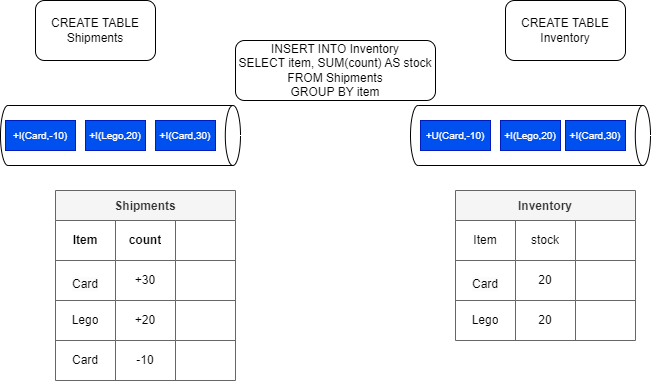
Above: docs/diagrams/sql-table-stream.drawio.png in jbcodeforce/flink-studies (draw.io), before the change. Source tidied: cells renumbered, new cells last; positions are measured from the earlier drawing's top-left corner, leaving out a move shared by most shapes. Its diagram source:
```xml
<mxGraphModel>
  <root>
    <mxCell id="0" />
    <mxCell id="1" parent="0" />
    <mxCell id="2" value="CREATE TABLE Shipments" style="rounded=1;whiteSpace=wrap;html=1;" parent="1" vertex="1">
      <mxGeometry x="30" width="120" height="60" as="geometry" />
    </mxCell>
    <mxCell id="3" style="shape=cylinder3;whiteSpace=wrap;html=1;boundedLbl=1;backgroundOutline=1;size=7.600006103515625;rotation=90;" parent="1" vertex="1">
      <mxGeometry x="85" y="15" width="60" height="240" as="geometry" />
    </mxCell>
    <mxCell id="4" value="+I(Card,30)" style="rounded=0;whiteSpace=wrap;html=1;fillColor=#0050ef;fontColor=#ffffff;strokeColor=#001DBC;fontSize=10;" parent="1" vertex="1">
      <mxGeometry x="150" y="120" width="60" height="30" as="geometry" />
    </mxCell>
    <mxCell id="5" value="Shipments" style="shape=table;startSize=30;fontStyle=1;align=center;fillColor=#f5f5f5;strokeColor=#666666;fontColor=#333333;" parent="1" vertex="1">
      <mxGeometry x="50" y="190" width="180" height="190" as="geometry" />
    </mxCell>
    <mxCell id="6" style="shape=tableRow;horizontal=0;startSize=0;swimlaneHead=0;swimlaneBody=0;top=0;left=0;bottom=0;right=0;fillColor=none;" parent="5" vertex="1">
      <mxGeometry y="30" width="180" height="40" as="geometry" />
    </mxCell>
    <mxCell id="7" style="shape=partialRectangle;html=1;whiteSpace=wrap;fillColor=none;top=0;left=0;bottom=0;right=0;overflow=hidden;" parent="6" vertex="1">
      <mxGeometry width="60" height="40" as="geometry" />
    </mxCell>
    <mxCell id="8" style="shape=partialRectangle;html=1;whiteSpace=wrap;fillColor=none;top=0;left=0;bottom=0;right=0;overflow=hidden;" parent="6" vertex="1">
      <mxGeometry x="60" width="60" height="40" as="geometry" />
    </mxCell>
    <mxCell id="9" style="shape=partialRectangle;html=1;whiteSpace=wrap;fillColor=none;top=0;left=0;bottom=0;right=0;overflow=hidden;" parent="6" vertex="1">
      <mxGeometry x="120" width="60" height="40" as="geometry" />
    </mxCell>
    <mxCell id="10" style="shape=tableRow;horizontal=0;startSize=0;swimlaneHead=0;swimlaneBody=0;top=0;left=0;bottom=0;right=0;fillColor=none;" parent="5" vertex="1">
      <mxGeometry y="70" width="180" height="40" as="geometry" />
    </mxCell>
    <mxCell id="11" value="&#10;&lt;span style=&quot;color: rgb(0, 0, 0); font-family: Helvetica; font-size: 12px; font-style: normal; font-variant-ligatures: normal; font-variant-caps: normal; font-weight: 400; letter-spacing: normal; orphans: 2; text-align: center; text-indent: 0px; text-transform: none; widows: 2; word-spacing: 0px; -webkit-text-stroke-width: 0px; background-color: rgb(251, 251, 251); text-decoration-thickness: initial; text-decoration-style: initial; text-decoration-color: initial; float: none; display: inline !important;&quot;&gt;Card&lt;/span&gt;&#10;&#10;" style="shape=partialRectangle;html=1;whiteSpace=wrap;fillColor=none;top=0;left=0;bottom=0;right=0;overflow=hidden;" parent="10" vertex="1">
      <mxGeometry width="60" height="40" as="geometry" />
    </mxCell>
    <mxCell id="12" value="+30" style="shape=partialRectangle;html=1;whiteSpace=wrap;fillColor=none;top=0;left=0;bottom=0;right=0;overflow=hidden;" parent="10" vertex="1">
      <mxGeometry x="60" width="60" height="40" as="geometry" />
    </mxCell>
    <mxCell id="13" style="shape=partialRectangle;html=1;whiteSpace=wrap;fillColor=none;top=0;left=0;bottom=0;right=0;overflow=hidden;" parent="10" vertex="1">
      <mxGeometry x="120" width="60" height="40" as="geometry" />
    </mxCell>
    <mxCell id="14" style="shape=tableRow;horizontal=0;startSize=0;swimlaneHead=0;swimlaneBody=0;top=0;left=0;bottom=0;right=0;fillColor=none;" parent="5" vertex="1">
      <mxGeometry y="110" width="180" height="40" as="geometry" />
    </mxCell>
    <mxCell id="15" value="Lego" style="shape=partialRectangle;html=1;whiteSpace=wrap;fillColor=none;top=0;left=0;bottom=0;right=0;overflow=hidden;" parent="14" vertex="1">
      <mxGeometry width="60" height="40" as="geometry" />
    </mxCell>
    <mxCell id="16" value="+20" style="shape=partialRectangle;html=1;whiteSpace=wrap;fillColor=none;top=0;left=0;bottom=0;right=0;overflow=hidden;" parent="14" vertex="1">
      <mxGeometry x="60" width="60" height="40" as="geometry" />
    </mxCell>
    <mxCell id="17" style="shape=partialRectangle;html=1;whiteSpace=wrap;fillColor=none;top=0;left=0;bottom=0;right=0;overflow=hidden;" parent="14" vertex="1">
      <mxGeometry x="120" width="60" height="40" as="geometry" />
    </mxCell>
    <mxCell id="18" style="shape=tableRow;horizontal=0;startSize=0;swimlaneHead=0;swimlaneBody=0;top=0;left=0;bottom=0;right=0;fillColor=none;" parent="5" vertex="1">
      <mxGeometry y="150" width="180" height="40" as="geometry" />
    </mxCell>
    <mxCell id="19" value="Card" style="shape=partialRectangle;html=1;whiteSpace=wrap;fillColor=none;top=0;left=0;bottom=0;right=0;overflow=hidden;" parent="18" vertex="1">
      <mxGeometry width="60" height="40" as="geometry" />
    </mxCell>
    <mxCell id="20" value="-10" style="shape=partialRectangle;html=1;whiteSpace=wrap;fillColor=none;top=0;left=0;bottom=0;right=0;overflow=hidden;" parent="18" vertex="1">
      <mxGeometry x="60" width="60" height="40" as="geometry" />
    </mxCell>
    <mxCell id="21" style="shape=partialRectangle;html=1;whiteSpace=wrap;fillColor=none;top=0;left=0;bottom=0;right=0;overflow=hidden;" parent="18" vertex="1">
      <mxGeometry x="120" width="60" height="40" as="geometry" />
    </mxCell>
    <mxCell id="22" style="shape=cylinder3;whiteSpace=wrap;html=1;boundedLbl=1;backgroundOutline=1;size=7.600006103515625;rotation=90;" parent="1" vertex="1">
      <mxGeometry x="495" y="15" width="60" height="240" as="geometry" />
    </mxCell>
    <mxCell id="23" value="+I(Card,30)" style="rounded=0;whiteSpace=wrap;html=1;fillColor=#0050ef;fontColor=#ffffff;strokeColor=#001DBC;fontSize=10;" parent="1" vertex="1">
      <mxGeometry x="560" y="120" width="60" height="30" as="geometry" />
    </mxCell>
    <mxCell id="24" value="CREATE TABLE Inventory" style="rounded=1;whiteSpace=wrap;html=1;" parent="1" vertex="1">
      <mxGeometry x="500" width="120" height="60" as="geometry" />
    </mxCell>
    <mxCell id="25" value="INSERT INTO Inventory&lt;br&gt;SELECT item, SUM(count) AS stock FROM Shipments&lt;br&gt;GROUP BY item" style="rounded=1;whiteSpace=wrap;html=1;" parent="1" vertex="1">
      <mxGeometry x="230" y="40" width="200" height="60" as="geometry" />
    </mxCell>
    <mxCell id="26" value="Item" style="shape=partialRectangle;html=1;whiteSpace=wrap;fillColor=none;top=0;left=0;bottom=0;right=0;overflow=hidden;fontStyle=1;" parent="1" vertex="1">
      <mxGeometry x="50" y="220" width="60" height="40" as="geometry" />
    </mxCell>
    <mxCell id="27" value="count" style="shape=partialRectangle;html=1;whiteSpace=wrap;fillColor=none;top=0;left=0;bottom=0;right=0;overflow=hidden;fontStyle=1;" parent="1" vertex="1">
      <mxGeometry x="110" y="220" width="60" height="40" as="geometry" />
    </mxCell>
    <mxCell id="28" value="Inventory" style="shape=table;startSize=30;fontStyle=1;align=center;fillColor=#f5f5f5;strokeColor=#666666;fontColor=#333333;" parent="1" vertex="1">
      <mxGeometry x="450" y="190" width="180" height="150" as="geometry" />
    </mxCell>
    <mxCell id="29" style="shape=tableRow;horizontal=0;startSize=0;swimlaneHead=0;swimlaneBody=0;top=0;left=0;bottom=0;right=0;fillColor=none;" parent="28" vertex="1">
      <mxGeometry y="30" width="180" height="40" as="geometry" />
    </mxCell>
    <mxCell id="30" value="Item" style="shape=partialRectangle;html=1;whiteSpace=wrap;fillColor=none;top=0;left=0;bottom=0;right=0;overflow=hidden;" parent="29" vertex="1">
      <mxGeometry width="60" height="40" as="geometry" />
    </mxCell>
    <mxCell id="31" value="stock" style="shape=partialRectangle;html=1;whiteSpace=wrap;fillColor=none;top=0;left=0;bottom=0;right=0;overflow=hidden;" parent="29" vertex="1">
      <mxGeometry x="60" width="60" height="40" as="geometry" />
    </mxCell>
    <mxCell id="32" style="shape=partialRectangle;html=1;whiteSpace=wrap;fillColor=none;top=0;left=0;bottom=0;right=0;overflow=hidden;" parent="29" vertex="1">
      <mxGeometry x="120" width="60" height="40" as="geometry" />
    </mxCell>
    <mxCell id="33" style="shape=tableRow;horizontal=0;startSize=0;swimlaneHead=0;swimlaneBody=0;top=0;left=0;bottom=0;right=0;fillColor=none;" parent="28" vertex="1">
      <mxGeometry y="70" width="180" height="40" as="geometry" />
    </mxCell>
    <mxCell id="34" value="&#10;&lt;span style=&quot;color: rgb(0, 0, 0); font-family: Helvetica; font-size: 12px; font-style: normal; font-variant-ligatures: normal; font-variant-caps: normal; font-weight: 400; letter-spacing: normal; orphans: 2; text-align: center; text-indent: 0px; text-transform: none; widows: 2; word-spacing: 0px; -webkit-text-stroke-width: 0px; background-color: rgb(251, 251, 251); text-decoration-thickness: initial; text-decoration-style: initial; text-decoration-color: initial; float: none; display: inline !important;&quot;&gt;Card&lt;/span&gt;&#10;&#10;" style="shape=partialRectangle;html=1;whiteSpace=wrap;fillColor=none;top=0;left=0;bottom=0;right=0;overflow=hidden;" parent="33" vertex="1">
      <mxGeometry width="60" height="40" as="geometry" />
    </mxCell>
    <mxCell id="35" value="20" style="shape=partialRectangle;html=1;whiteSpace=wrap;fillColor=none;top=0;left=0;bottom=0;right=0;overflow=hidden;" parent="33" vertex="1">
      <mxGeometry x="60" width="60" height="40" as="geometry" />
    </mxCell>
    <mxCell id="36" style="shape=partialRectangle;html=1;whiteSpace=wrap;fillColor=none;top=0;left=0;bottom=0;right=0;overflow=hidden;" parent="33" vertex="1">
      <mxGeometry x="120" width="60" height="40" as="geometry" />
    </mxCell>
    <mxCell id="37" style="shape=tableRow;horizontal=0;startSize=0;swimlaneHead=0;swimlaneBody=0;top=0;left=0;bottom=0;right=0;fillColor=none;" parent="28" vertex="1">
      <mxGeometry y="110" width="180" height="40" as="geometry" />
    </mxCell>
    <mxCell id="38" value="Lego" style="shape=partialRectangle;html=1;whiteSpace=wrap;fillColor=none;top=0;left=0;bottom=0;right=0;overflow=hidden;" parent="37" vertex="1">
      <mxGeometry width="60" height="40" as="geometry" />
    </mxCell>
    <mxCell id="39" value="20" style="shape=partialRectangle;html=1;whiteSpace=wrap;fillColor=none;top=0;left=0;bottom=0;right=0;overflow=hidden;" parent="37" vertex="1">
      <mxGeometry x="60" width="60" height="40" as="geometry" />
    </mxCell>
    <mxCell id="40" style="shape=partialRectangle;html=1;whiteSpace=wrap;fillColor=none;top=0;left=0;bottom=0;right=0;overflow=hidden;" parent="37" vertex="1">
      <mxGeometry x="120" width="60" height="40" as="geometry" />
    </mxCell>
    <mxCell id="41" value="+I(Lego,20)" style="rounded=0;whiteSpace=wrap;html=1;fillColor=#0050ef;fontColor=#ffffff;strokeColor=#001DBC;fontSize=10;" parent="1" vertex="1">
      <mxGeometry x="80" y="120" width="60" height="30" as="geometry" />
    </mxCell>
    <mxCell id="42" value="+I(Card,-10)" style="rounded=0;whiteSpace=wrap;html=1;fillColor=#0050ef;fontColor=#ffffff;strokeColor=#001DBC;fontSize=10;" parent="1" vertex="1">
      <mxGeometry y="120" width="70" height="30" as="geometry" />
    </mxCell>
    <mxCell id="43" value="+I(Lego,20)" style="rounded=0;whiteSpace=wrap;html=1;fillColor=#0050ef;fontColor=#ffffff;strokeColor=#001DBC;fontSize=10;" parent="1" vertex="1">
      <mxGeometry x="495" y="120" width="60" height="30" as="geometry" />
    </mxCell>
    <mxCell id="44" value="+U(Card,-10)" style="rounded=0;whiteSpace=wrap;html=1;fillColor=#0050ef;fontColor=#ffffff;strokeColor=#001DBC;fontSize=10;" parent="1" vertex="1">
      <mxGeometry x="415" y="120" width="70" height="30" as="geometry" />
    </mxCell>
  </root>
</mxGraphModel>
```
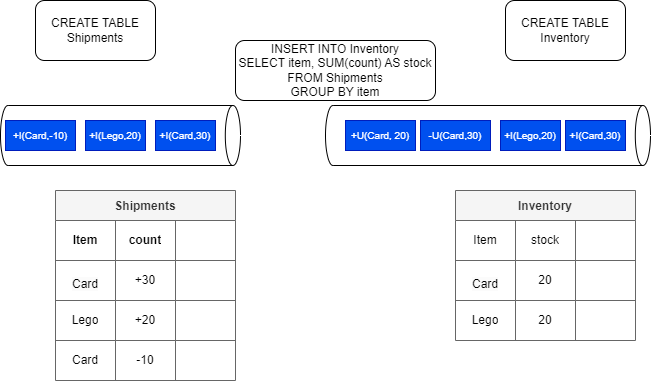
Later version of the same file.

Change to the diagram source:
```diff
@@ -63,7 +63,7 @@
       <mxGeometry x="120" width="60" height="40" as="geometry" />
     </mxCell>
     <mxCell id="22" style="shape=cylinder3;whiteSpace=wrap;html=1;boundedLbl=1;backgroundOutline=1;size=7.600006103515625;rotation=90;" parent="1" vertex="1">
-      <mxGeometry x="495" y="15" width="60" height="240" as="geometry" />
+      <mxGeometry x="452.5" y="-27.5" width="60" height="325" as="geometry" />
     </mxCell>
     <mxCell id="23" value="+I(Card,30)" style="rounded=0;whiteSpace=wrap;html=1;fillColor=#0050ef;fontColor=#ffffff;strokeColor=#001DBC;fontSize=10;" parent="1" vertex="1">
       <mxGeometry x="560" y="120" width="60" height="30" as="geometry" />
@@ -128,8 +128,11 @@
     <mxCell id="43" value="+I(Lego,20)" style="rounded=0;whiteSpace=wrap;html=1;fillColor=#0050ef;fontColor=#ffffff;strokeColor=#001DBC;fontSize=10;" parent="1" vertex="1">
       <mxGeometry x="495" y="120" width="60" height="30" as="geometry" />
     </mxCell>
-    <mxCell id="44" value="+U(Card,-10)" style="rounded=0;whiteSpace=wrap;html=1;fillColor=#0050ef;fontColor=#ffffff;strokeColor=#001DBC;fontSize=10;" parent="1" vertex="1">
+    <mxCell id="44" value="-U(Card,30)" style="rounded=0;whiteSpace=wrap;html=1;fillColor=#0050ef;fontColor=#ffffff;strokeColor=#001DBC;fontSize=10;" parent="1" vertex="1">
       <mxGeometry x="415" y="120" width="70" height="30" as="geometry" />
     </mxCell>
+    <mxCell id="45" value="+U(Card, 20)" style="rounded=0;whiteSpace=wrap;html=1;fillColor=#0050ef;fontColor=#ffffff;strokeColor=#001DBC;fontSize=10;" parent="1" vertex="1">
+      <mxGeometry x="340" y="120" width="70" height="30" as="geometry" />
+    </mxCell>
   </root>
 </mxGraphModel>
```
